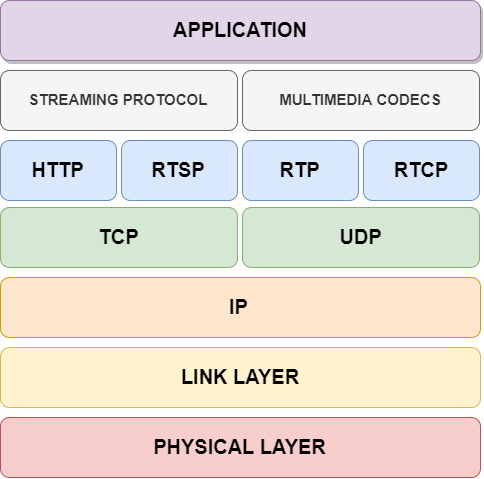
Above: images/protocol_stack.png in VideoStreamingEnseirb/RTSP-RTP (draw.io), before the change. Source tidied: cells renumbered, new cells last; positions are measured from the earlier drawing's top-left corner, leaving out a move shared by most shapes. Source of this version:
```xml
<mxGraphModel>
  <root>
    <mxCell id="0" />
    <mxCell id="1" parent="0" />
    <mxCell id="2" value="&lt;font style=&quot;font-size: 20px&quot;&gt;&lt;b&gt;PHYSICAL LAYER&lt;/b&gt;&lt;/font&gt;" style="rounded=1;whiteSpace=wrap;html=1;fillColor=#f8cecc;strokeColor=#b85450;" parent="1" vertex="1">
      <mxGeometry y="417" width="480" height="60" as="geometry" />
    </mxCell>
    <mxCell id="3" value="&lt;font style=&quot;font-size: 20px&quot;&gt;&lt;b&gt;LINK LAYER&lt;/b&gt;&lt;/font&gt;" style="rounded=1;whiteSpace=wrap;html=1;fillColor=#fff2cc;strokeColor=#d6b656;" parent="1" vertex="1">
      <mxGeometry y="347" width="480" height="60" as="geometry" />
    </mxCell>
    <mxCell id="4" value="&lt;font style=&quot;font-size: 20px&quot;&gt;&lt;b&gt;IP&lt;/b&gt;&lt;/font&gt;&amp;nbsp;" style="rounded=1;whiteSpace=wrap;html=1;fillColor=#ffe6cc;strokeColor=#d79b00;" parent="1" vertex="1">
      <mxGeometry y="277" width="480" height="60" as="geometry" />
    </mxCell>
    <mxCell id="5" value="&lt;font style=&quot;font-size: 20px&quot;&gt;&lt;b&gt;TCP&lt;/b&gt;&lt;/font&gt;" style="rounded=1;whiteSpace=wrap;html=1;fillColor=#d5e8d4;strokeColor=#82b366;" parent="1" vertex="1">
      <mxGeometry y="207" width="237" height="60" as="geometry" />
    </mxCell>
    <mxCell id="6" value="&lt;b&gt;&lt;font style=&quot;font-size: 20px&quot;&gt;UDP&lt;/font&gt;&lt;/b&gt;" style="rounded=1;whiteSpace=wrap;html=1;fillColor=#d5e8d4;strokeColor=#82b366;" parent="1" vertex="1">
      <mxGeometry x="242" y="207" width="237" height="60" as="geometry" />
    </mxCell>
    <mxCell id="7" value="&lt;font style=&quot;font-size: 20px&quot;&gt;&lt;b&gt;HTTP&lt;/b&gt;&lt;/font&gt;" style="rounded=1;whiteSpace=wrap;html=1;fillColor=#dae8fc;strokeColor=#6c8ebf;" parent="1" vertex="1">
      <mxGeometry y="140" width="116" height="60" as="geometry" />
    </mxCell>
    <mxCell id="8" value="&lt;font style=&quot;font-size: 20px&quot;&gt;&lt;b&gt;RTSP&lt;/b&gt;&lt;/font&gt;" style="rounded=1;whiteSpace=wrap;html=1;fillColor=#dae8fc;strokeColor=#6c8ebf;" parent="1" vertex="1">
      <mxGeometry x="121" y="140" width="116" height="60" as="geometry" />
    </mxCell>
    <mxCell id="9" value="&lt;font style=&quot;font-size: 20px&quot;&gt;&lt;b&gt;RTP&lt;/b&gt;&lt;/font&gt;" style="rounded=1;whiteSpace=wrap;html=1;fillColor=#dae8fc;strokeColor=#6c8ebf;" parent="1" vertex="1">
      <mxGeometry x="242" y="140" width="116" height="60" as="geometry" />
    </mxCell>
    <mxCell id="10" value="&lt;font style=&quot;font-size: 15px&quot;&gt;&lt;b&gt;STREAMING PROTOCOL&lt;/b&gt;&lt;/font&gt;" style="rounded=1;whiteSpace=wrap;html=1;fillColor=#f5f5f5;strokeColor=#666666;fontColor=#333333;" parent="1" vertex="1">
      <mxGeometry y="70" width="237" height="60" as="geometry" />
    </mxCell>
    <mxCell id="11" value="&lt;font style=&quot;font-size: 15px&quot;&gt;&lt;b&gt;MULTIMEDIA CODECS&lt;/b&gt;&lt;/font&gt;" style="rounded=1;whiteSpace=wrap;html=1;fillColor=#f5f5f5;strokeColor=#666666;fontColor=#333333;" parent="1" vertex="1">
      <mxGeometry x="242" y="70" width="237" height="60" as="geometry" />
    </mxCell>
    <mxCell id="12" value="&lt;font style=&quot;font-size: 20px&quot;&gt;&lt;b&gt;APPLICATION&lt;/b&gt;&lt;/font&gt;" style="rounded=1;whiteSpace=wrap;html=1;fillColor=#e1d5e7;strokeColor=#9673a6;shadow=1;" parent="1" vertex="1">
      <mxGeometry width="480" height="60" as="geometry" />
    </mxCell>
    <mxCell id="13" value="&lt;font style=&quot;font-size: 20px&quot;&gt;&lt;b&gt;RTCP&lt;/b&gt;&lt;/font&gt;" style="rounded=1;whiteSpace=wrap;html=1;fillColor=#dae8fc;strokeColor=#6c8ebf;" parent="1" vertex="1">
      <mxGeometry x="363" y="140" width="116" height="60" as="geometry" />
    </mxCell>
  </root>
</mxGraphModel>
```
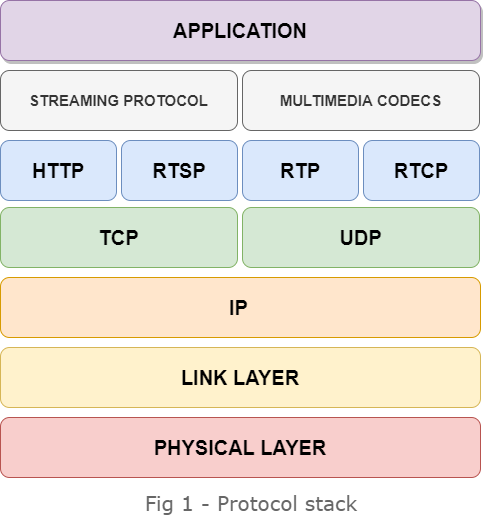
The same file after the commit.

Diff of the diagram source:
```diff
@@ -38,5 +38,8 @@
     <mxCell id="13" value="&lt;font style=&quot;font-size: 20px&quot;&gt;&lt;b&gt;RTCP&lt;/b&gt;&lt;/font&gt;" style="rounded=1;whiteSpace=wrap;html=1;fillColor=#dae8fc;strokeColor=#6c8ebf;" parent="1" vertex="1">
       <mxGeometry x="363" y="140" width="116" height="60" as="geometry" />
     </mxCell>
+    <mxCell id="14" value="&lt;font style=&quot;font-size: 20px&quot; face=&quot;Verdana&quot; color=&quot;#666666&quot;&gt;Fig 1 - Protocol stack&lt;/font&gt;" style="text;html=1;strokeColor=none;fillColor=none;align=center;verticalAlign=middle;whiteSpace=wrap;rounded=0;" parent="1" vertex="1">
+      <mxGeometry x="81" y="492" width="340" height="20" as="geometry" />
+    </mxCell>
   </root>
 </mxGraphModel>
```
